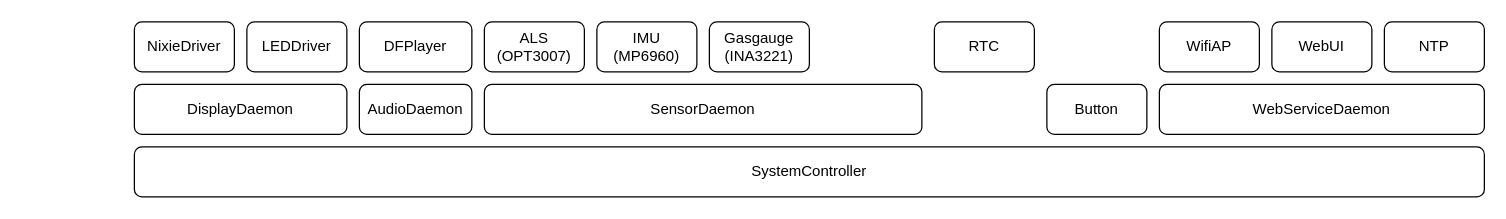
Above: doc/structure.drawio in HabonRoof/nixietube_clock (draw.io), before the change. Source tidied: cells renumbered, new cells numbered last; positions are measured from the earlier drawing's top-left corner, leaving out a move shared by most shapes. Both pictures are drawn from the tidied source at 125%, with x=0, y=0 at pixel (134, 21).
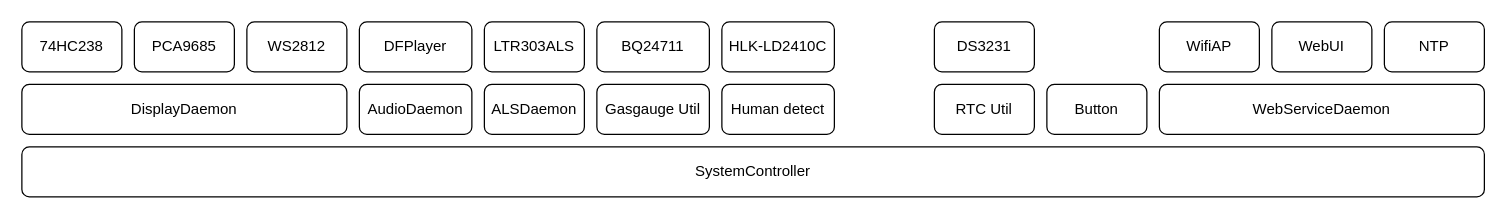
The same page after the edit.

Commit message (it also covers changes not shown here):
hardware(als): Add ALS sensor LTR-303ALS to detect light, add push button as input.

The edit, as a diff of the source:
```diff
@@
     <mxCell id="2" value="SystemController" style="rounded=1;whiteSpace=wrap;html=1;" parent="1" vertex="1">
-      <mxGeometry y="100" width="1080" height="40" as="geometry" />
+      <mxGeometry x="-90" y="100" width="1170" height="40" as="geometry" />
     </mxCell>
     <mxCell id="3" value="DisplayDaemon" style="rounded=1;whiteSpace=wrap;html=1;" parent="1" vertex="1">
-      <mxGeometry y="50" width="170" height="40" as="geometry" />
+      <mxGeometry x="-90" y="50" width="260" height="40" as="geometry" />
     </mxCell>
-    <mxCell id="4" value="SensorDaemon" style="rounded=1;whiteSpace=wrap;html=1;" parent="1" vertex="1">
-      <mxGeometry x="280" y="50" width="350" height="40" as="geometry" />
+    <mxCell id="4" value="ALSDaemon" style="rounded=1;whiteSpace=wrap;html=1;" parent="1" vertex="1">
+      <mxGeometry x="280" y="50" width="80" height="40" as="geometry" />
     </mxCell>
@@
-    <mxCell id="8" value="IMU&lt;br&gt;(MP6960)" style="rounded=1;whiteSpace=wrap;html=1;" parent="1" vertex="1">
-      <mxGeometry x="370" width="80" height="40" as="geometry" />
-    </mxCell>
-    <mxCell id="9" value="NixieDriver" style="rounded=1;whiteSpace=wrap;html=1;" parent="1" vertex="1">
+    <mxCell id="9" value="PCA9685" style="rounded=1;whiteSpace=wrap;html=1;" parent="1" vertex="1">
       <mxGeometry width="80" height="40" as="geometry" />
     </mxCell>
-    <mxCell id="10" value="LEDDriver" style="rounded=1;whiteSpace=wrap;html=1;" parent="1" vertex="1">
+    <mxCell id="10" value="WS2812" style="rounded=1;whiteSpace=wrap;html=1;" parent="1" vertex="1">
       <mxGeometry x="90" width="80" height="40" as="geometry" />
     </mxCell>
@@
-    <mxCell id="13" value="Gasgauge&lt;br&gt;(INA3221)" style="rounded=1;whiteSpace=wrap;html=1;" parent="1" vertex="1">
-      <mxGeometry x="460" width="80" height="40" as="geometry" />
+    <mxCell id="13" value="BQ24711" style="rounded=1;whiteSpace=wrap;html=1;" parent="1" vertex="1">
+      <mxGeometry x="370" width="90" height="40" as="geometry" />
     </mxCell>
-    <mxCell id="14" value="RTC" style="rounded=1;whiteSpace=wrap;html=1;" parent="1" vertex="1">
-      <mxGeometry x="640" width="80" height="40" as="geometry" />
+    <mxCell id="14" value="RTC Util" style="rounded=1;whiteSpace=wrap;html=1;" parent="1" vertex="1">
+      <mxGeometry x="640" y="50" width="80" height="40" as="geometry" />
     </mxCell>
@@
-    <mxCell id="16" value="ALS (OPT3007)" style="rounded=1;whiteSpace=wrap;html=1;" parent="1" vertex="1">
+    <mxCell id="16" value="LTR303ALS" style="rounded=1;whiteSpace=wrap;html=1;" parent="1" vertex="1">
       <mxGeometry x="280" width="80" height="40" as="geometry" />
     </mxCell>
@@
+    <mxCell id="18" value="Gasgauge Util" style="rounded=1;whiteSpace=wrap;html=1;" parent="1" vertex="1">
+      <mxGeometry x="370" y="50" width="90" height="40" as="geometry" />
+    </mxCell>
+    <mxCell id="19" value="DS3231" style="rounded=1;whiteSpace=wrap;html=1;" parent="1" vertex="1">
+      <mxGeometry x="640" width="80" height="40" as="geometry" />
+    </mxCell>
+    <mxCell id="20" value="74HC238" style="rounded=1;whiteSpace=wrap;html=1;" parent="1" vertex="1">
+      <mxGeometry x="-90" width="80" height="40" as="geometry" />
+    </mxCell>
+    <mxCell id="21" value="Human detect" style="rounded=1;whiteSpace=wrap;html=1;" parent="1" vertex="1">
+      <mxGeometry x="470" y="50" width="90" height="40" as="geometry" />
+    </mxCell>
+    <mxCell id="22" value="HLK-LD2410C" style="rounded=1;whiteSpace=wrap;html=1;" parent="1" vertex="1">
+      <mxGeometry x="470" width="90" height="40" as="geometry" />
+    </mxCell>
```
